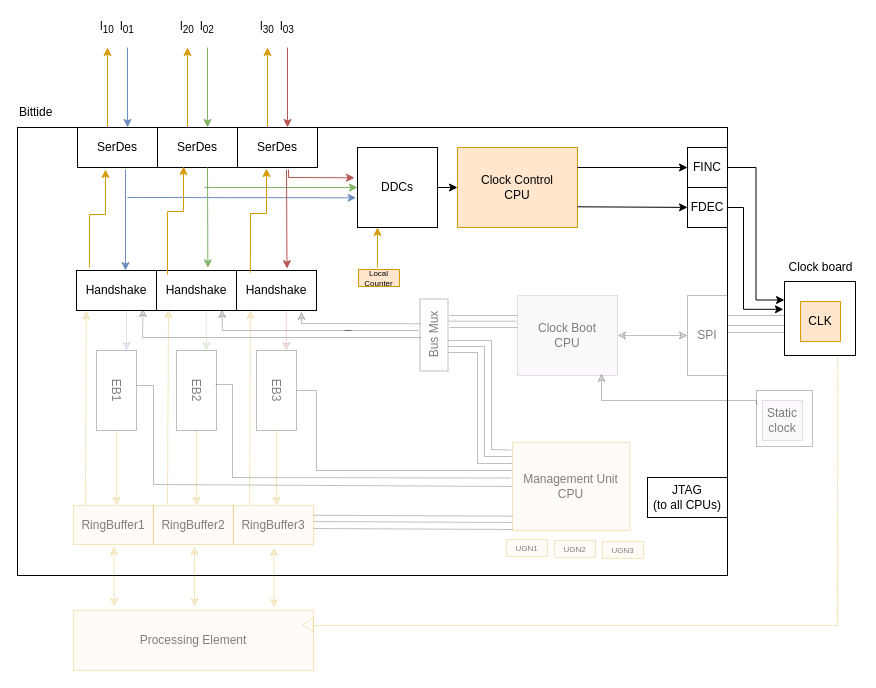
Above: docs/diagrams/bittide-cc-diagram.drawio in bittide/bittide-hardware (draw.io), before the change. Source tidied: cells renumbered, new cells numbered last; positions are measured from the earlier drawing's top-left corner, leaving out a move shared by most shapes. Both pictures are drawn from the tidied source at 100%, with x=0, y=0 at pixel (17, 17).
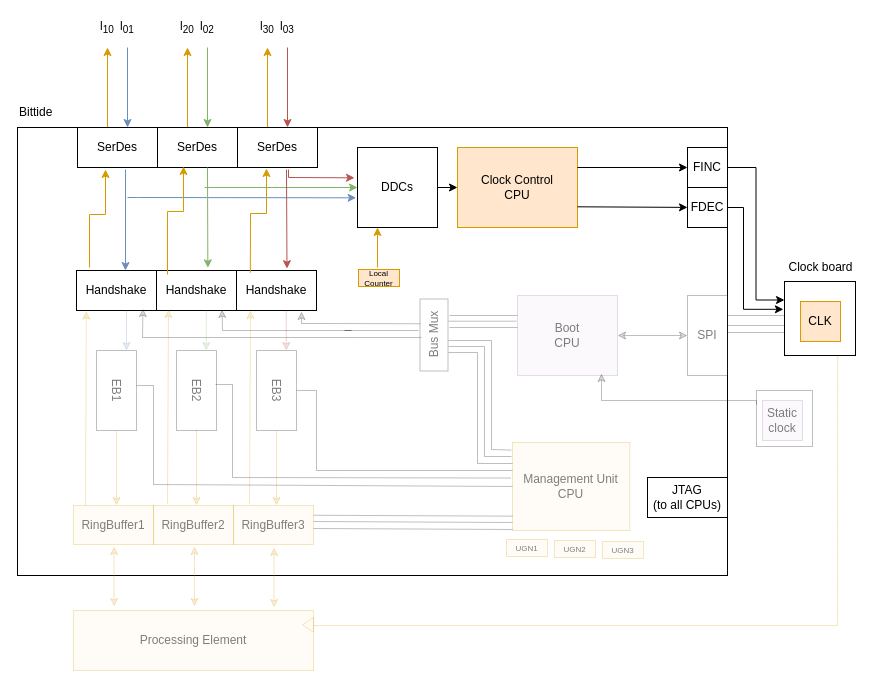
Above is the later version.

Change to the diagram source:
```diff
@@
-    <mxCell id="43" value="&lt;div&gt;Clock Boot&lt;/div&gt;&lt;div&gt;CPU&lt;/div&gt;" style="rounded=0;whiteSpace=wrap;html=1;fillColor=#e1d5e7;strokeColor=#9673a6;fillOpacity=15;strokeOpacity=25;textOpacity=50;" parent="1" vertex="1">
+    <mxCell id="43" value="&lt;div&gt;Boot&lt;/div&gt;&lt;div&gt;CPU&lt;/div&gt;" style="rounded=0;whiteSpace=wrap;html=1;fillColor=#e1d5e7;strokeColor=#9673a6;fillOpacity=15;strokeOpacity=25;textOpacity=50;" parent="1" vertex="1">
       <mxGeometry x="500" y="278" width="100" height="80" as="geometry" />
     </mxCell>
```
